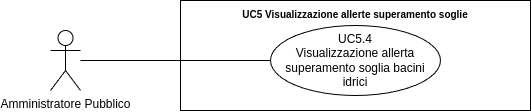
SWATEngineering/Docs keeps this draw.io diagram as src/3_PB/AnalisiDeiRequisiti/assets/UML/UC5.4_Visualizzazione-allerte-superamento-soglia-bacini-idrici.png. Above is the earlier version. Source tidied: cells renumbered, new cells last; positions are measured from the earlier drawing's top-left corner, leaving out a move shared by most shapes. Its diagram source:
```xml
<mxGraphModel>
  <root>
    <mxCell id="0" />
    <mxCell id="1" parent="0" />
    <mxCell id="2" value="Amministratore Pubblico" style="shape=umlActor;verticalLabelPosition=bottom;verticalAlign=top;html=1;outlineConnect=0;" parent="1" vertex="1">
      <mxGeometry y="30" width="30" height="60" as="geometry" />
    </mxCell>
    <mxCell id="3" value="&lt;b style=&quot;border-color: var(--border-color);&quot;&gt;&lt;font style=&quot;border-color: var(--border-color); font-size: 10px;&quot;&gt;UC5 Visualizzazione allerte superamento soglie&lt;/font&gt;&lt;/b&gt;" style="shape=rect;html=1;verticalAlign=top;fontStyle=1;whiteSpace=wrap;align=center;" parent="1" vertex="1">
      <mxGeometry x="130" width="350" height="110" as="geometry" />
    </mxCell>
    <mxCell id="4" value="UC5.4&lt;br&gt;Visualizzazione allerta superamento soglia bacini&lt;br&gt;idrici" style="ellipse;whiteSpace=wrap;html=1;" parent="1" vertex="1">
      <mxGeometry x="220" y="25" width="170" height="70" as="geometry" />
    </mxCell>
    <mxCell id="5" style="edgeStyle=none;html=1;endArrow=none;verticalAlign=bottom;rounded=0;" parent="1" edge="1" source="2" target="4">
      <mxGeometry relative="1" as="geometry" />
    </mxCell>
  </root>
</mxGraphModel>
```
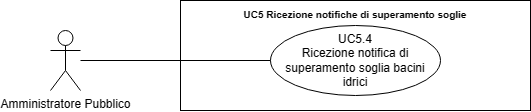
After the commit.

The edit, as a diff of the source:
```diff
@@ -5,10 +5,10 @@
     <mxCell id="2" value="Amministratore Pubblico" style="shape=umlActor;verticalLabelPosition=bottom;verticalAlign=top;html=1;outlineConnect=0;" parent="1" vertex="1">
       <mxGeometry y="30" width="30" height="60" as="geometry" />
     </mxCell>
-    <mxCell id="3" value="&lt;b style=&quot;border-color: var(--border-color);&quot;&gt;&lt;font style=&quot;border-color: var(--border-color); font-size: 10px;&quot;&gt;UC5 Visualizzazione allerte superamento soglie&lt;/font&gt;&lt;/b&gt;" style="shape=rect;html=1;verticalAlign=top;fontStyle=1;whiteSpace=wrap;align=center;" parent="1" vertex="1">
+    <mxCell id="3" value="&lt;b style=&quot;border-color: var(--border-color);&quot;&gt;&lt;font style=&quot;border-color: var(--border-color); font-size: 10px;&quot;&gt;UC5 Ricezione notifiche di superamento soglie&lt;/font&gt;&lt;/b&gt;" style="shape=rect;html=1;verticalAlign=top;fontStyle=1;whiteSpace=wrap;align=center;" parent="1" vertex="1">
       <mxGeometry x="130" width="350" height="110" as="geometry" />
     </mxCell>
-    <mxCell id="4" value="UC5.4&lt;br&gt;Visualizzazione allerta superamento soglia bacini&lt;br&gt;idrici" style="ellipse;whiteSpace=wrap;html=1;" parent="1" vertex="1">
+    <mxCell id="4" value="UC5.4&lt;br&gt;Ricezione notifica di superamento soglia bacini&lt;br&gt;idrici" style="ellipse;whiteSpace=wrap;html=1;" parent="1" vertex="1">
       <mxGeometry x="220" y="25" width="170" height="70" as="geometry" />
     </mxCell>
     <mxCell id="5" style="edgeStyle=none;html=1;endArrow=none;verticalAlign=bottom;rounded=0;" parent="1" edge="1" source="2" target="4">
```
